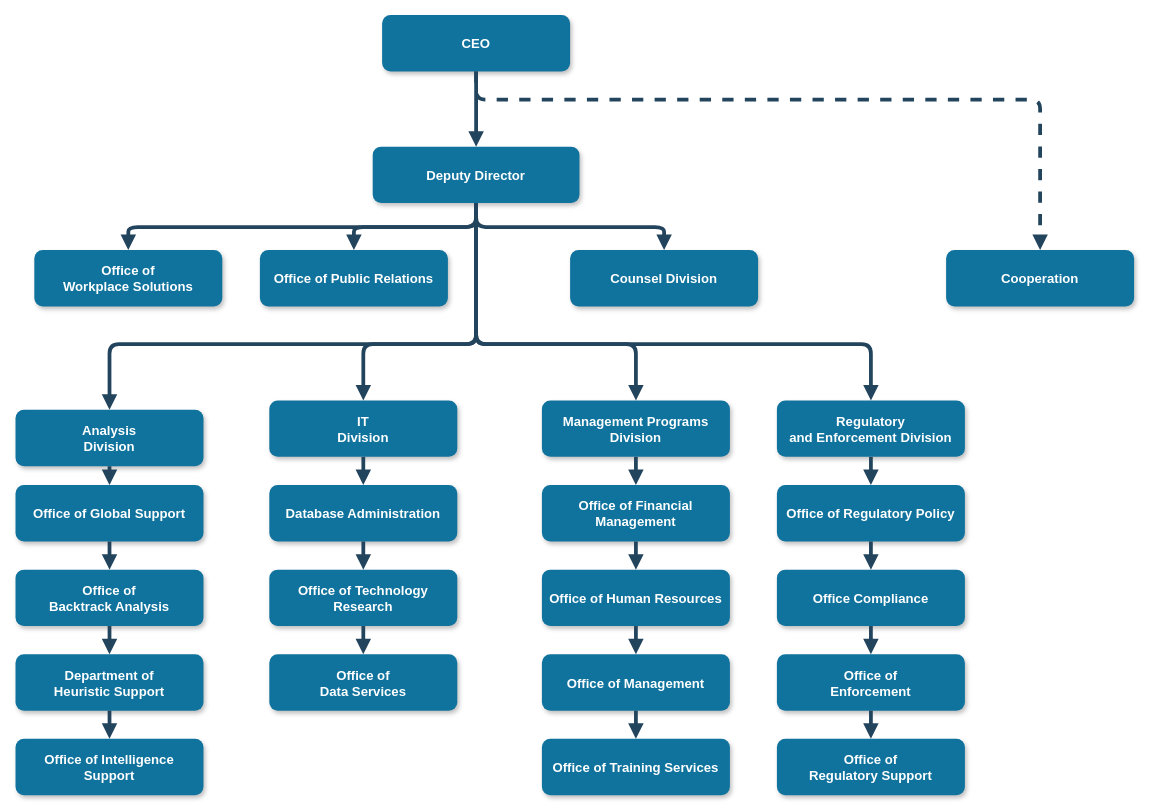
Earlier version of the draw.io diagram Untitled Diagram.drawio (Ali79Asgary/BenzRiali). Source tidied: cells renumbered, new cells numbered last; positions are measured from the earlier drawing's top-left corner, leaving out a move shared by most shapes. Both pictures are drawn from the tidied source at 94%, with x=0, y=0 at pixel (15, 15).
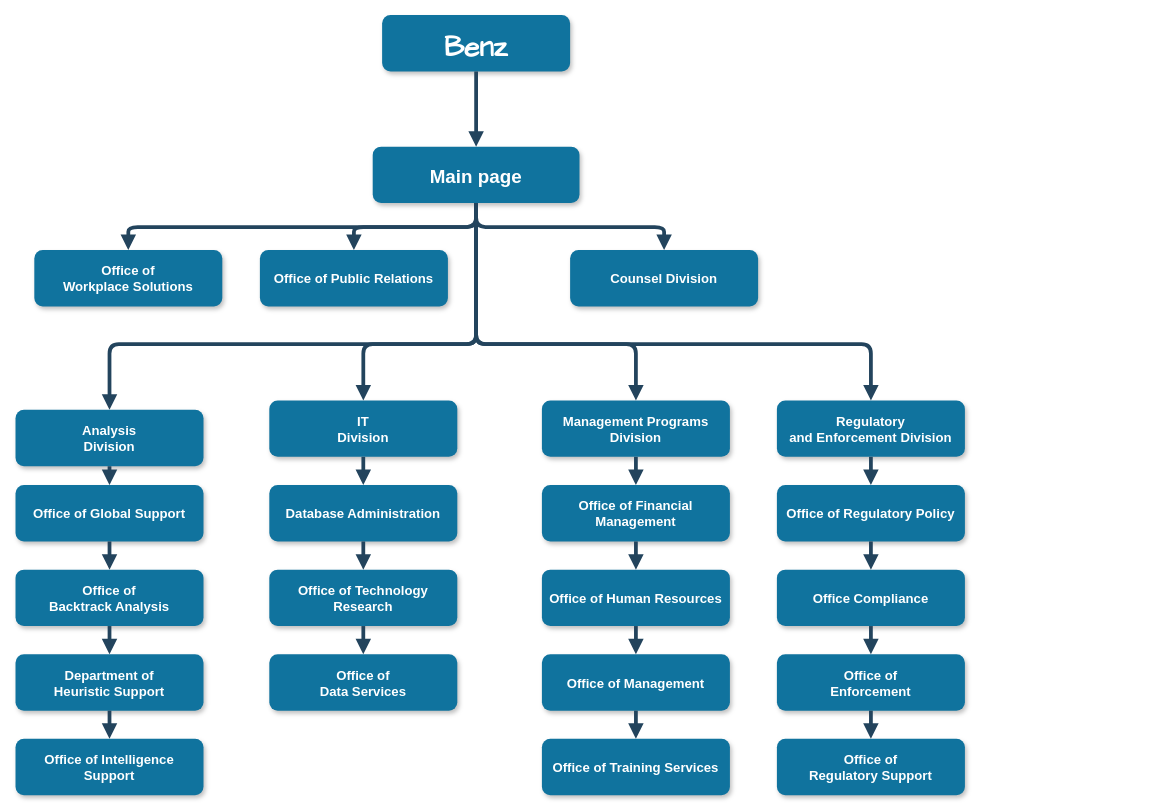
The same diagram, later.

Diff of the diagram source:
```diff
@@
-    <mxCell id="2" value="CEO" style="rounded=1;fillColor=#10739E;strokeColor=none;shadow=1;gradientColor=none;fontStyle=1;fontColor=#FFFFFF;fontSize=14;" parent="1" vertex="1">
+    <mxCell id="2" value="Benz" style="rounded=1;fillColor=#10739E;shadow=1;gradientColor=none;fontStyle=1;fontColor=#FFFFFF;fontSize=30;fontFamily=Comic Sans MS;labelBackgroundColor=none;labelBorderColor=none;strokeColor=none;" parent="1" vertex="1">
       <mxGeometry x="390" y="-0.5" width="200" height="60" as="geometry" />
     </mxCell>
-    <mxCell id="3" value="Deputy Director" style="rounded=1;fillColor=#10739E;strokeColor=none;shadow=1;gradientColor=none;fontStyle=1;fontColor=#FFFFFF;fontSize=14;" parent="1" vertex="1">
+    <mxCell id="3" value="Main page" style="rounded=1;fillColor=#10739E;strokeColor=none;shadow=1;gradientColor=none;fontStyle=1;fontColor=#FFFFFF;fontSize=20;" parent="1" vertex="1">
       <mxGeometry x="380" y="139.5" width="220" height="60" as="geometry" />
     </mxCell>
@@
-    <mxCell id="7" value="Cooperation" style="rounded=1;fillColor=#10739E;strokeColor=none;shadow=1;gradientColor=none;fontStyle=1;fontColor=#FFFFFF;fontSize=14;" parent="1" vertex="1">
-      <mxGeometry x="990" y="249.5" width="200" height="60" as="geometry" />
-    </mxCell>
@@
-    <mxCell id="31" style="edgeStyle=elbowEdgeStyle;elbow=vertical;strokeWidth=4;endArrow=block;endFill=1;fontStyle=1;dashed=1;strokeColor=#23445D;" parent="1" edge="1" source="2" target="7">
-      <mxGeometry x="22" y="165.5" as="geometry">
-        <Array as="points">
-          <mxPoint x="780" y="89.5" />
-        </Array>
-      </mxGeometry>
-    </mxCell>
```
